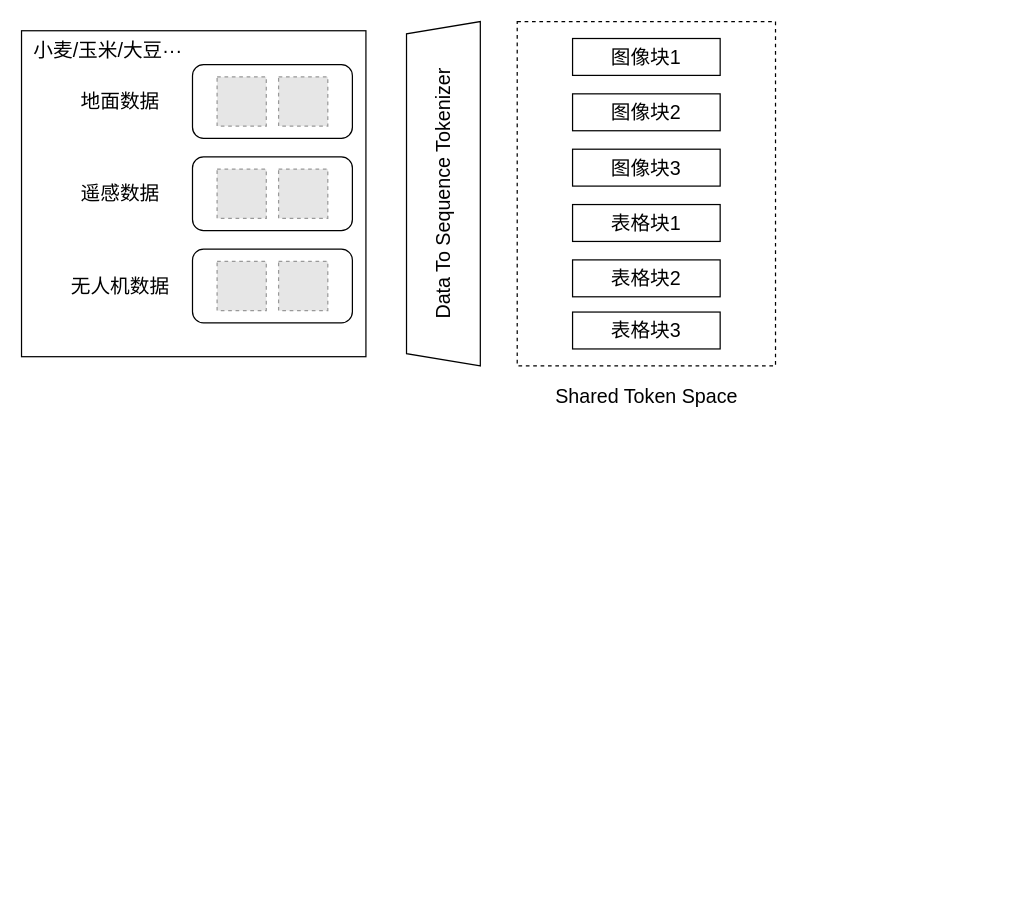
This is MoE_overview.drawio from caodonghui426/draw.io, a draw.io file, before an edit. Source tidied: cells renumbered, new cells numbered last; positions are measured from the earlier drawing's top-left corner, leaving out a move shared by most shapes. Both pictures are drawn from the tidied source at 123%, with x=0, y=0 at pixel (21, 21). Pictures stored in the file or linked from it are replaced by grey dashed boxes.
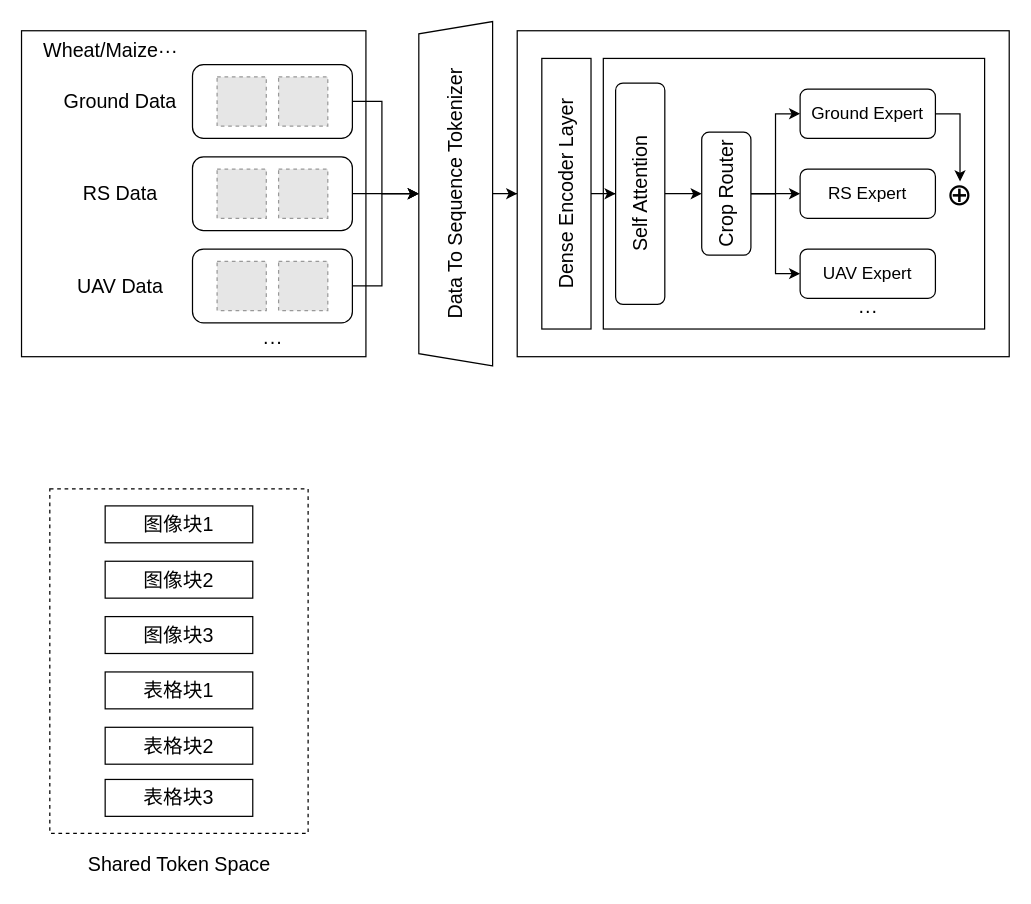
Above is the later version.

The change refers to these unchanged cells:
```xml
<mxCell id="6" style="rounded=1;whiteSpace=wrap;html=1;" parent="1" vertex="1">
  <mxGeometry x="139" y="35" width="130" height="60" as="geometry" />
</mxCell>
<mxCell id="9" style="rounded=1;whiteSpace=wrap;html=1;" parent="1" vertex="1">
  <mxGeometry x="139" y="110" width="130" height="60" as="geometry" />
</mxCell>
<mxCell id="12" style="rounded=1;whiteSpace=wrap;html=1;" parent="1" vertex="1">
  <mxGeometry x="139" y="185" width="130" height="60" as="geometry" />
</mxCell>
```

Change to the diagram source:
```diff
@@
-    <mxCell id="3" value="地面数据" style="text;html=1;align=center;verticalAlign=middle;strokeColor=none;fillColor=none;fontSize=16;" parent="1" vertex="1">
-      <mxGeometry x="35" y="50" width="90" height="30" as="geometry" />
+    <mxCell id="3" value="Ground Data" style="text;html=1;align=center;verticalAlign=middle;strokeColor=none;fillColor=none;fontSize=16;" parent="1" vertex="1">
+      <mxGeometry x="20" y="50" width="120" height="30" as="geometry" />
     </mxCell>
-    <mxCell id="4" value="遥感数据" style="text;html=1;align=center;verticalAlign=middle;strokeColor=none;fillColor=none;fontSize=16;" parent="1" vertex="1">
-      <mxGeometry x="35" y="125" width="90" height="30" as="geometry" />
+    <mxCell id="4" value="RS Data" style="text;html=1;align=center;verticalAlign=middle;strokeColor=none;fillColor=none;fontSize=16;" parent="1" vertex="1">
+      <mxGeometry x="40" y="125" width="80" height="30" as="geometry" />
     </mxCell>
-    <mxCell id="5" value="无人机数据" style="text;html=1;align=center;verticalAlign=middle;strokeColor=none;fillColor=none;fontSize=16;" parent="1" vertex="1">
-      <mxGeometry x="30" y="200" width="100" height="30" as="geometry" />
+    <mxCell id="5" value="UAV Data" style="text;html=1;align=center;verticalAlign=middle;strokeColor=none;fillColor=none;fontSize=16;" parent="1" vertex="1">
+      <mxGeometry x="35" y="200" width="90" height="30" as="geometry" />
     </mxCell>
+    <mxCell id="25" style="edgeStyle=orthogonalEdgeStyle;rounded=0;jettySize=auto;html=1;entryX=0.5;entryY=0;entryDx=0;entryDy=0;" parent="1" edge="1" source="6" target="15">
+      <mxGeometry relative="1" as="geometry">
+        <Array as="points">
+          <mxPoint x="293" y="65" />
+          <mxPoint x="293" y="140" />
+        </Array>
+      </mxGeometry>
+    </mxCell>
@@
+    <mxCell id="26" style="edgeStyle=orthogonalEdgeStyle;rounded=0;jettySize=auto;html=1;entryX=0.5;entryY=0;entryDx=0;entryDy=0;" parent="1" edge="1" source="9" target="15">
+      <mxGeometry relative="1" as="geometry" />
+    </mxCell>
@@
+    <mxCell id="27" style="edgeStyle=orthogonalEdgeStyle;rounded=0;jettySize=auto;html=1;entryX=0.5;entryY=0;entryDx=0;entryDy=0;" parent="1" edge="1" source="12" target="15">
+      <mxGeometry relative="1" as="geometry">
+        <Array as="points">
+          <mxPoint x="293" y="215" />
+          <mxPoint x="293" y="140" />
+        </Array>
+      </mxGeometry>
+    </mxCell>
@@
+    <mxCell id="28" style="edgeStyle=orthogonalEdgeStyle;rounded=0;jettySize=auto;html=1;entryX=0;entryY=0.5;entryDx=0;entryDy=0;" parent="1" edge="1" source="15" target="29">
+      <mxGeometry relative="1" as="geometry" />
+    </mxCell>
     <mxCell id="15" value="Data To Sequence Tokenizer" style="shape=trapezoid;perimeter=trapezoidPerimeter;whiteSpace=wrap;html=1;fixedSize=1;direction=north;size=10;horizontal=0;fontSize=16;" parent="1" vertex="1">
-      <mxGeometry x="313" width="60" height="280" as="geometry" />
+      <mxGeometry x="323" width="60" height="280" as="geometry" />
     </mxCell>
     <mxCell id="16" style="rounded=0;whiteSpace=wrap;html=1;dashed=1;strokeColor=default;strokeWidth=1;" parent="1" vertex="1">
-      <mxGeometry x="403" width="210" height="280" as="geometry" />
+      <mxGeometry x="23" y="380" width="210" height="280" as="geometry" />
     </mxCell>
-    <mxCell id="17" value="小麦/玉米/大豆···" style="text;html=1;align=center;verticalAlign=middle;strokeColor=none;fillColor=none;fontSize=16;" parent="1" vertex="1">
-      <mxGeometry y="7.5" width="140" height="30" as="geometry" />
+    <mxCell id="17" value="&amp;nbsp;Wheat/Maize···" style="text;html=1;align=center;verticalAlign=middle;strokeColor=none;fillColor=none;fontSize=16;" parent="1" vertex="1">
+      <mxGeometry x="5" y="7.5" width="130" height="30" as="geometry" />
     </mxCell>
     <mxCell id="18" value="Shared Token Space" style="text;html=1;align=center;verticalAlign=middle;strokeColor=none;fillColor=none;fontSize=16;" parent="1" vertex="1">
-      <mxGeometry x="423" y="290" width="170" height="30" as="geometry" />
+      <mxGeometry x="43" y="670" width="170" height="30" as="geometry" />
     </mxCell>
     <mxCell id="19" value="图像块1" style="rounded=0;whiteSpace=wrap;html=1;fontSize=16;" parent="1" vertex="1">
-      <mxGeometry x="448" y="13.8" width="120" height="30" as="geometry" />
+      <mxGeometry x="68" y="393.8" width="120" height="30" as="geometry" />
     </mxCell>
     <mxCell id="20" value="图像块2" style="rounded=0;whiteSpace=wrap;html=1;fontSize=16;" parent="1" vertex="1">
-      <mxGeometry x="448" y="58.8" width="120" height="30" as="geometry" />
+      <mxGeometry x="68" y="438.8" width="120" height="30" as="geometry" />
     </mxCell>
     <mxCell id="21" value="图像块3" style="rounded=0;whiteSpace=wrap;html=1;fontSize=16;" parent="1" vertex="1">
-      <mxGeometry x="448" y="103.8" width="120" height="30" as="geometry" />
+      <mxGeometry x="68" y="483.8" width="120" height="30" as="geometry" />
     </mxCell>
     <mxCell id="22" value="表格块1" style="rounded=0;whiteSpace=wrap;html=1;fontSize=16;" parent="1" vertex="1">
-      <mxGeometry x="448" y="148.8" width="120" height="30" as="geometry" />
+      <mxGeometry x="68" y="528.8" width="120" height="30" as="geometry" />
     </mxCell>
     <mxCell id="23" value="表格块2" style="rounded=0;whiteSpace=wrap;html=1;fontSize=16;" parent="1" vertex="1">
-      <mxGeometry x="448" y="193.8" width="120" height="30" as="geometry" />
+      <mxGeometry x="68" y="573.8" width="120" height="30" as="geometry" />
     </mxCell>
     <mxCell id="24" value="表格块3" style="rounded=0;whiteSpace=wrap;html=1;fontSize=16;" parent="1" vertex="1">
-      <mxGeometry x="448" y="236.2" width="120" height="30" as="geometry" />
+      <mxGeometry x="68" y="616.2" width="120" height="30" as="geometry" />
     </mxCell>
+    <mxCell id="29" style="rounded=0;whiteSpace=wrap;html=1;" parent="1" vertex="1">
+      <mxGeometry x="403" y="7.5" width="400" height="265" as="geometry" />
+    </mxCell>
+    <mxCell id="30" value="Dense Encoder Layer" style="rounded=0;whiteSpace=wrap;html=1;horizontal=0;fontSize=16;" parent="1" vertex="1">
+      <mxGeometry x="423" y="30" width="40" height="220" as="geometry" />
+    </mxCell>
+    <mxCell id="31" style="rounded=0;whiteSpace=wrap;html=1;horizontal=0;" parent="1" vertex="1">
+      <mxGeometry x="473" y="30" width="310" height="220" as="geometry" />
+    </mxCell>
+    <mxCell id="32" style="edgeStyle=orthogonalEdgeStyle;rounded=0;jettySize=auto;html=1;" parent="1" edge="1" source="33" target="38">
+      <mxGeometry relative="1" as="geometry" />
+    </mxCell>
+    <mxCell id="33" value="Self Attention" style="rounded=1;whiteSpace=wrap;html=1;horizontal=0;fontSize=16;" parent="1" vertex="1">
+      <mxGeometry x="483" y="50" width="40" height="180" as="geometry" />
+    </mxCell>
+    <mxCell id="34" value="···" style="text;html=1;align=center;verticalAlign=middle;strokeColor=none;fillColor=none;fontSize=16;" parent="1" vertex="1">
+      <mxGeometry x="184" y="245" width="40" height="30" as="geometry" />
+    </mxCell>
+    <mxCell id="35" style="edgeStyle=orthogonalEdgeStyle;rounded=0;jettySize=auto;html=1;" parent="1" edge="1" source="38" target="40">
+      <mxGeometry relative="1" as="geometry" />
+    </mxCell>
+    <mxCell id="36" style="edgeStyle=orthogonalEdgeStyle;rounded=0;jettySize=auto;html=1;" parent="1" edge="1" source="38" target="41">
+      <mxGeometry relative="1" as="geometry" />
+    </mxCell>
+    <mxCell id="37" style="edgeStyle=orthogonalEdgeStyle;rounded=0;jettySize=auto;html=1;" parent="1" edge="1" source="38" target="42">
+      <mxGeometry relative="1" as="geometry" />
+    </mxCell>
+    <mxCell id="38" value="Crop Router" style="rounded=1;whiteSpace=wrap;html=1;horizontal=0;fontSize=16;" parent="1" vertex="1">
+      <mxGeometry x="553" y="90" width="40" height="100" as="geometry" />
+    </mxCell>
+    <mxCell id="39" style="edgeStyle=orthogonalEdgeStyle;rounded=0;jettySize=auto;html=1;entryX=0.5;entryY=0;entryDx=0;entryDy=0;" parent="1" edge="1" source="40" target="45">
+      <mxGeometry relative="1" as="geometry" />
+    </mxCell>
+    <mxCell id="40" value="Ground Expert" style="rounded=1;whiteSpace=wrap;html=1;horizontal=1;fontSize=14;" parent="1" vertex="1">
+      <mxGeometry x="633" y="55" width="110" height="40" as="geometry" />
+    </mxCell>
+    <mxCell id="41" value="RS Expert" style="rounded=1;whiteSpace=wrap;html=1;horizontal=1;fontSize=14;" parent="1" vertex="1">
+      <mxGeometry x="633" y="120" width="110" height="40" as="geometry" />
+    </mxCell>
+    <mxCell id="42" value="UAV Expert" style="rounded=1;whiteSpace=wrap;html=1;horizontal=1;fontSize=14;" parent="1" vertex="1">
+      <mxGeometry x="633" y="185" width="110" height="40" as="geometry" />
+    </mxCell>
+    <mxCell id="43" value="···" style="text;html=1;align=center;verticalAlign=middle;strokeColor=none;fillColor=none;fontSize=16;" parent="1" vertex="1">
+      <mxGeometry x="668" y="220" width="40" height="30" as="geometry" />
+    </mxCell>
+    <mxCell id="44" style="edgeStyle=orthogonalEdgeStyle;rounded=0;jettySize=auto;html=1;" parent="1" edge="1" source="30" target="33">
+      <mxGeometry relative="1" as="geometry" />
+    </mxCell>
+    <mxCell id="45" value="⊕" style="text;whiteSpace=wrap;html=1;align=center;verticalAlign=middle;fontSize=25;" parent="1" vertex="1">
+      <mxGeometry x="753" y="130" width="20" height="20" as="geometry" />
+    </mxCell>
```
